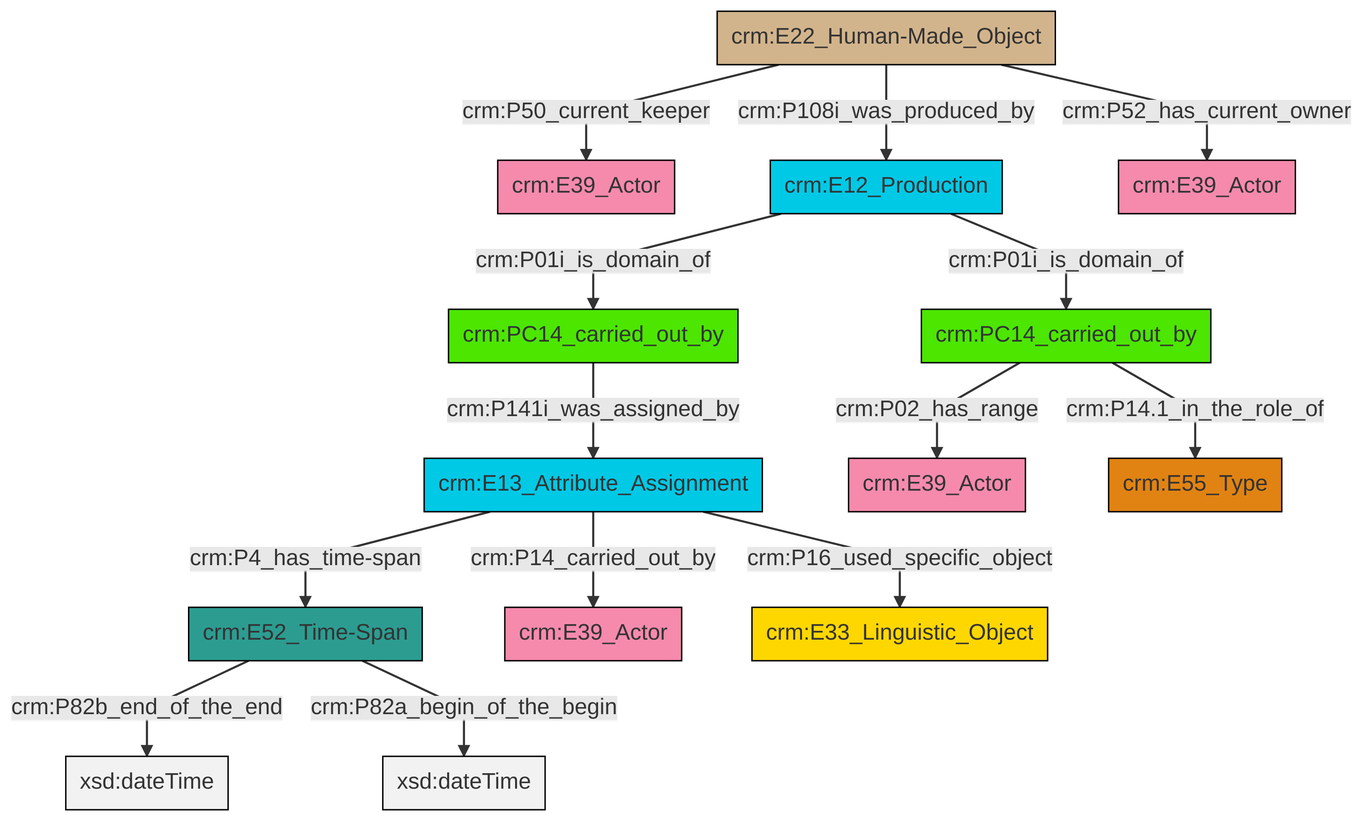
The Mermaid diagram et/carrierCSV/ttl/mmd/png/carrier_relations.png in swiss-art-research-net/docs.swissartresearch, before a commit. Its source is kept beside it as et/carrierCSV/ttl/mmd/carrier_relations.ttl.mmd.
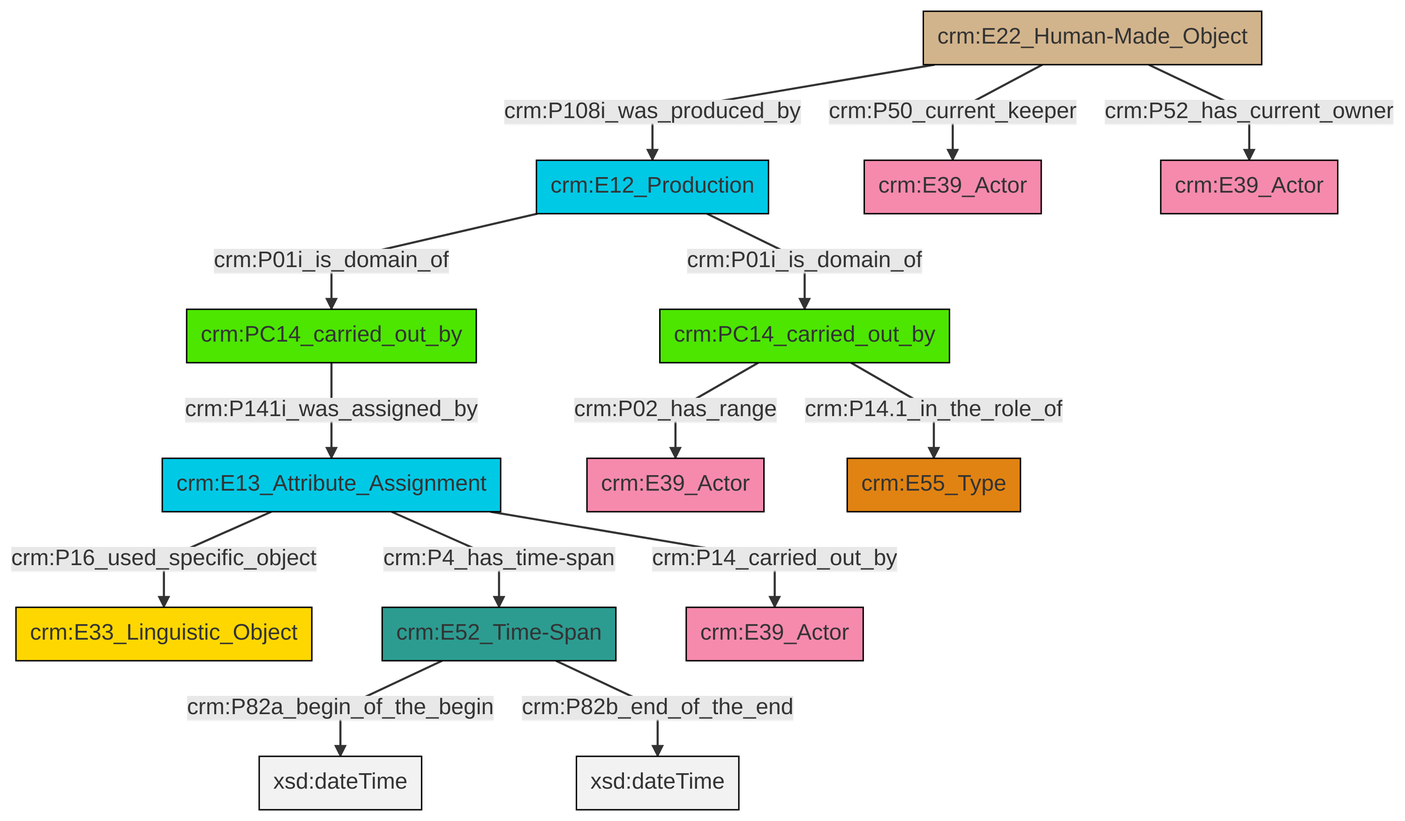
The same file after the commit.

Change to the diagram source:
```diff
@@ -13,16 +13,16 @@
 classDef PC_Classes fill:#4ce600, stroke:#000000;
 classDef Multi fill:#cccccc,stroke:#000000;
 
-0["crm:E22_Human-Made_Object"]:::Physical_Thing -->|crm:P108i_was_produced_by| 8["crm:E12_Production"]:::Temporal_Entity
-9["crm:E52_Time-Span"]:::Time-Span -->|crm:P82b_end_of_the_end| 10[xsd:dateTime]:::Literal
-9["crm:E52_Time-Span"]:::Time-Span -->|crm:P82a_begin_of_the_begin| 13[xsd:dateTime]:::Literal
-16["crm:E13_Attribute_Assignment"]:::Temporal_Entity -->|crm:P4_has_time-span| 9["crm:E52_Time-Span"]:::Time-Span
-6["crm:PC14_carried_out_by"]:::PC_Classes -->|crm:P02_has_range| 17["crm:E39_Actor"]:::Actor
-16["crm:E13_Attribute_Assignment"]:::Temporal_Entity -->|crm:P14_carried_out_by| 11["crm:E39_Actor"]:::Actor
-8["crm:E12_Production"]:::Temporal_Entity -->|crm:P01i_is_domain_of| 6["crm:PC14_carried_out_by"]:::PC_Classes
-6["crm:PC14_carried_out_by"]:::PC_Classes -->|crm:P14.1_in_the_role_of| 22["crm:E55_Type"]:::Type
-16["crm:E13_Attribute_Assignment"]:::Temporal_Entity -->|crm:P16_used_specific_object| 18["crm:E33_Linguistic_Object"]:::Conceptual_Object
-0["crm:E22_Human-Made_Object"]:::Physical_Thing -->|crm:P50_current_keeper| 4["crm:E39_Actor"]:::Actor
-0["crm:E22_Human-Made_Object"]:::Physical_Thing -->|crm:P52_has_current_owner| 14["crm:E39_Actor"]:::Actor
-2["crm:PC14_carried_out_by"]:::PC_Classes -->|crm:P141i_was_assigned_by| 16["crm:E13_Attribute_Assignment"]:::Temporal_Entity
-8["crm:E12_Production"]:::Temporal_Entity -->|crm:P01i_is_domain_of| 2["crm:PC14_carried_out_by"]:::PC_Classes
+0["crm:E13_Attribute_Assignment"]:::Temporal_Entity -->|crm:P16_used_specific_object| 1["crm:E33_Linguistic_Object"]:::Conceptual_Object
+3["crm:E12_Production"]:::Temporal_Entity -->|crm:P01i_is_domain_of| 4["crm:PC14_carried_out_by"]:::PC_Classes
+5["crm:PC14_carried_out_by"]:::PC_Classes -->|crm:P02_has_range| 7["crm:E39_Actor"]:::Actor
+8["crm:E22_Human-Made_Object"]:::Physical_Thing -->|crm:P50_current_keeper| 9["crm:E39_Actor"]:::Actor
+10["crm:E52_Time-Span"]:::Time-Span -->|crm:P82a_begin_of_the_begin| 11[xsd:dateTime]:::Literal
+3["crm:E12_Production"]:::Temporal_Entity -->|crm:P01i_is_domain_of| 5["crm:PC14_carried_out_by"]:::PC_Classes
+0["crm:E13_Attribute_Assignment"]:::Temporal_Entity -->|crm:P14_carried_out_by| 12["crm:E39_Actor"]:::Actor
+8["crm:E22_Human-Made_Object"]:::Physical_Thing -->|crm:P108i_was_produced_by| 3["crm:E12_Production"]:::Temporal_Entity
+8["crm:E22_Human-Made_Object"]:::Physical_Thing -->|crm:P52_has_current_owner| 19["crm:E39_Actor"]:::Actor
+10["crm:E52_Time-Span"]:::Time-Span -->|crm:P82b_end_of_the_end| 25[xsd:dateTime]:::Literal
+5["crm:PC14_carried_out_by"]:::PC_Classes -->|crm:P14.1_in_the_role_of| 16["crm:E55_Type"]:::Type
+0["crm:E13_Attribute_Assignment"]:::Temporal_Entity -->|crm:P4_has_time-span| 10["crm:E52_Time-Span"]:::Time-Span
+4["crm:PC14_carried_out_by"]:::PC_Classes -->|crm:P141i_was_assigned_by| 0["crm:E13_Attribute_Assignment"]:::Temporal_Entity
```
